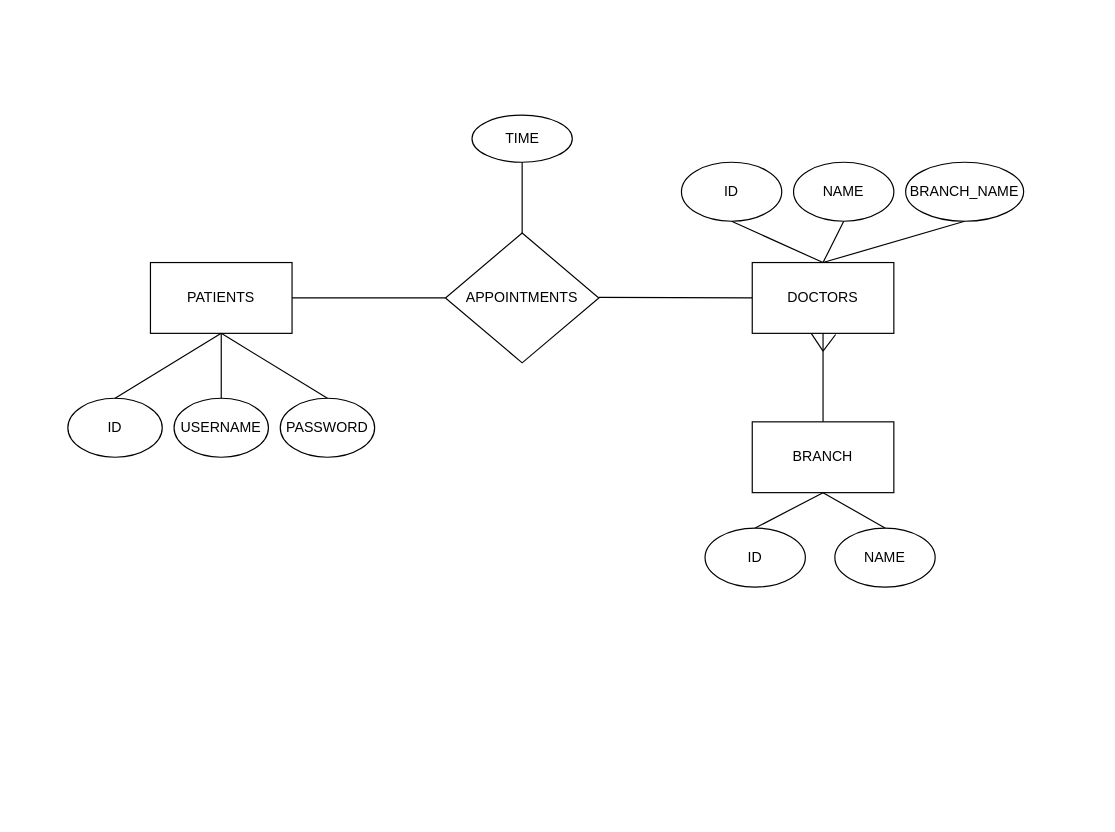
The draw.io diagram Divyansh_Blackbill/Untitled Diagram.drawio in ACM-JUIT/Programs-Collection, before the edit. Source tidied: cells renumbered, new cells numbered last; positions are measured from the earlier drawing's top-left corner, leaving out a move shared by most shapes. Both pictures are drawn from the tidied source at 118%, with x=0, y=0 at pixel (67, 114).
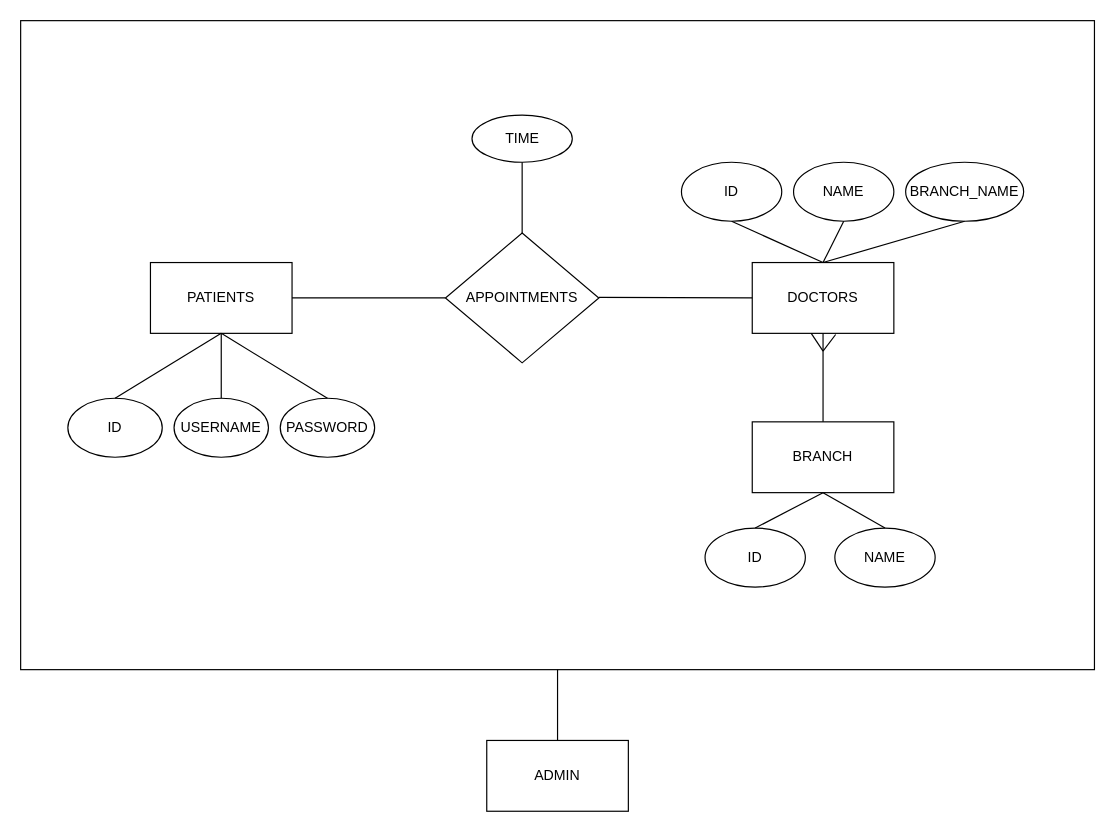
Above is the later version.

What changed in the source:
```diff
@@
+    <mxCell id="29" style="rounded=0;whiteSpace=wrap;html=1;" parent="1" vertex="1">
+      <mxGeometry x="-40" y="-80" width="910" height="550" as="geometry" />
+    </mxCell>
@@
+    <mxCell id="30" value="ADMIN&lt;br&gt;" style="rounded=0;whiteSpace=wrap;html=1;" parent="1" vertex="1">
+      <mxGeometry x="355" y="530" width="120" height="60" as="geometry" />
+    </mxCell>
+    <mxCell id="31" style="endArrow=none;html=1;rounded=0;exitX=0.5;exitY=0;exitDx=0;exitDy=0;entryX=0.5;entryY=1;entryDx=0;entryDy=0;" parent="1" edge="1" source="30" target="29">
+      <mxGeometry relative="1" as="geometry" />
+    </mxCell>
```
